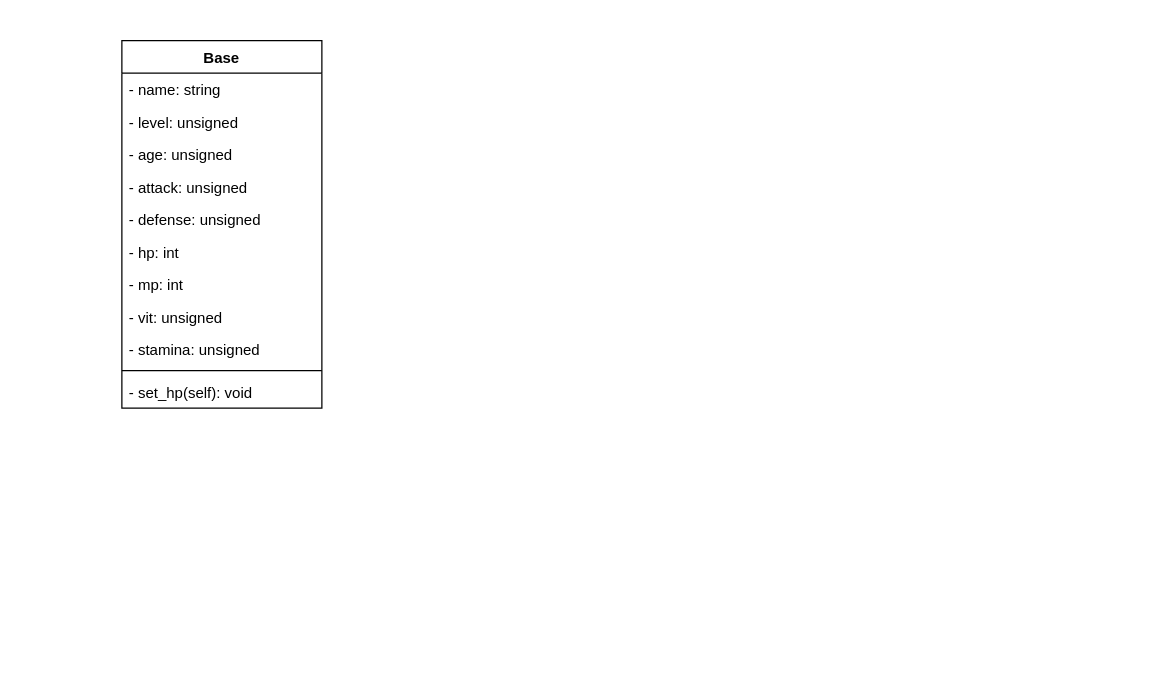
Above: init_design.drawio in djose1164/inmortal-will (draw.io), before the change. Source tidied: cells renumbered, new cells numbered last; positions are measured from the earlier drawing's top-left corner, leaving out a move shared by most shapes. Both pictures are drawn from the tidied source at 125%, with x=0, y=0 at pixel (121, 40).
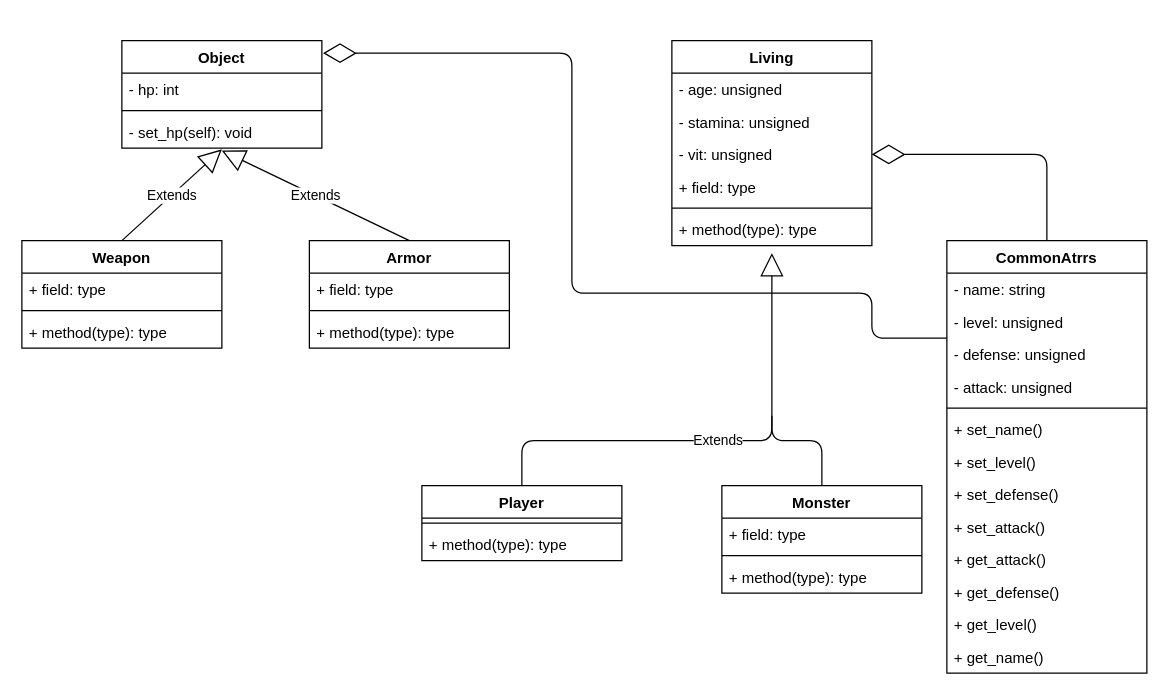
The same page after the edit.

Change to the diagram source:
```diff
@@
-    <mxCell id="2" value="Base" style="swimlane;fontStyle=1;align=center;verticalAlign=top;horizontal=1;startSize=26;" parent="1" vertex="1">
-      <mxGeometry width="160" height="294" as="geometry" />
+    <mxCell id="2" value="Object&#10;" style="swimlane;fontStyle=1;align=center;verticalAlign=top;horizontal=1;startSize=26;" parent="1" vertex="1">
+      <mxGeometry width="160" height="86" as="geometry" />
     </mxCell>
+    <mxCell id="8" value="- hp: int" style="text;strokeColor=none;fillColor=none;align=left;verticalAlign=top;spacingLeft=4;spacingRight=4;overflow=hidden;" parent="2" vertex="1">
+      <mxGeometry y="26" width="160" height="26" as="geometry" />
+    </mxCell>
+    <mxCell id="12" style="line;strokeWidth=1;fillColor=none;align=left;verticalAlign=middle;spacingTop=-1;spacingLeft=3;spacingRight=3;labelPosition=right;" parent="2" vertex="1">
+      <mxGeometry y="52" width="160" height="8" as="geometry" />
+    </mxCell>
+    <mxCell id="13" value="- set_hp(self): void" style="text;strokeColor=none;fillColor=none;align=left;verticalAlign=top;spacingLeft=4;spacingRight=4;overflow=hidden;points=[[0,0.5],[1,0.5]];portConstraint=eastwest;" parent="2" vertex="1">
+      <mxGeometry y="60" width="160" height="26" as="geometry" />
+    </mxCell>
+    <mxCell id="14" value="Player" style="swimlane;fontStyle=1;align=center;verticalAlign=top;horizontal=1;startSize=26;" parent="1" vertex="1">
+      <mxGeometry x="240" y="356" width="160" height="60" as="geometry" />
+    </mxCell>
+    <mxCell id="15" style="line;strokeWidth=1;fillColor=none;align=left;verticalAlign=middle;spacingTop=-1;spacingLeft=3;spacingRight=3;labelPosition=right;" parent="14" vertex="1">
+      <mxGeometry y="26" width="160" height="8" as="geometry" />
+    </mxCell>
+    <mxCell id="16" value="+ method(type): type" style="text;strokeColor=none;fillColor=none;align=left;verticalAlign=top;spacingLeft=4;spacingRight=4;overflow=hidden;" parent="14" vertex="1">
+      <mxGeometry y="34" width="160" height="26" as="geometry" />
+    </mxCell>
+    <mxCell id="17" value="Extends" style="endArrow=block;endSize=16;endFill=0;html=1;entryX=0.5;entryY=1.038;entryDx=0;entryDy=0;entryPerimeter=0;exitX=0.5;exitY=0;exitDx=0;exitDy=0;" parent="1" edge="1" source="40" target="13">
+      <mxGeometry relative="1" as="geometry" />
+    </mxCell>
+    <mxCell id="18" value="Extends" style="endArrow=block;endSize=16;endFill=0;html=1;exitX=0.5;exitY=0;exitDx=0;exitDy=0;edgeStyle=orthogonalEdgeStyle;entryX=0.5;entryY=1.231;entryDx=0;entryDy=0;entryPerimeter=0;" parent="1" edge="1" source="14" target="22">
+      <mxGeometry relative="1" as="geometry">
+        <Array as="points">
+          <mxPoint x="320" y="320" />
+          <mxPoint x="520" y="320" />
+        </Array>
+      </mxGeometry>
+    </mxCell>
+    <mxCell id="19" value="Living" style="swimlane;fontStyle=1;align=center;verticalAlign=top;horizontal=1;startSize=26;" parent="1" vertex="1">
+      <mxGeometry x="440" width="160" height="164" as="geometry" />
+    </mxCell>
+    <mxCell id="5" value="- age: unsigned" style="text;strokeColor=none;fillColor=none;align=left;verticalAlign=top;spacingLeft=4;spacingRight=4;overflow=hidden;" parent="19" vertex="1">
+      <mxGeometry y="26" width="160" height="26" as="geometry" />
+    </mxCell>
+    <mxCell id="11" value="- stamina: unsigned" style="text;strokeColor=none;fillColor=none;align=left;verticalAlign=top;spacingLeft=4;spacingRight=4;overflow=hidden;" parent="19" vertex="1">
+      <mxGeometry y="52" width="160" height="26" as="geometry" />
+    </mxCell>
+    <mxCell id="10" value="- vit: unsigned" style="text;strokeColor=none;fillColor=none;align=left;verticalAlign=top;spacingLeft=4;spacingRight=4;overflow=hidden;points=[[0,0.5],[1,0.5]];portConstraint=eastwest;" parent="19" vertex="1">
+      <mxGeometry y="78" width="160" height="26" as="geometry" />
+    </mxCell>
+    <mxCell id="20" value="+ field: type" style="text;strokeColor=none;fillColor=none;align=left;verticalAlign=top;spacingLeft=4;spacingRight=4;overflow=hidden;" parent="19" vertex="1">
+      <mxGeometry y="104" width="160" height="26" as="geometry" />
+    </mxCell>
+    <mxCell id="21" style="line;strokeWidth=1;fillColor=none;align=left;verticalAlign=middle;spacingTop=-1;spacingLeft=3;spacingRight=3;labelPosition=right;" parent="19" vertex="1">
+      <mxGeometry y="130" width="160" height="8" as="geometry" />
+    </mxCell>
+    <mxCell id="22" value="+ method(type): type" style="text;strokeColor=none;fillColor=none;align=left;verticalAlign=top;spacingLeft=4;spacingRight=4;overflow=hidden;points=[[0,0.5],[1,0.5]];portConstraint=eastwest;" parent="19" vertex="1">
+      <mxGeometry y="138" width="160" height="26" as="geometry" />
+    </mxCell>
+    <mxCell id="23" value="CommonAtrrs&#10;" style="swimlane;fontStyle=1;align=center;verticalAlign=top;horizontal=1;startSize=26;" parent="1" vertex="1">
+      <mxGeometry x="660" y="160" width="160" height="346" as="geometry" />
+    </mxCell>
-    <mxCell id="3" value="- name: string" style="text;strokeColor=none;fillColor=none;align=left;verticalAlign=top;spacingLeft=4;spacingRight=4;overflow=hidden;" parent="2" vertex="1">
+    <mxCell id="3" value="- name: string" style="text;strokeColor=none;fillColor=none;align=left;verticalAlign=top;spacingLeft=4;spacingRight=4;overflow=hidden;" parent="23" vertex="1">
       <mxGeometry y="26" width="160" height="26" as="geometry" />
     </mxCell>
-    <mxCell id="4" value="- level: unsigned" style="text;strokeColor=none;fillColor=none;align=left;verticalAlign=top;spacingLeft=4;spacingRight=4;overflow=hidden;points=[[0,0.5],[1,0.5]];portConstraint=eastwest;" parent="2" vertex="1">
+    <mxCell id="4" value="- level: unsigned" style="text;strokeColor=none;fillColor=none;align=left;verticalAlign=top;spacingLeft=4;spacingRight=4;overflow=hidden;points=[[0,0.5],[1,0.5]];portConstraint=eastwest;" parent="23" vertex="1">
       <mxGeometry y="52" width="160" height="26" as="geometry" />
     </mxCell>
-    <mxCell id="5" value="- age: unsigned" style="text;strokeColor=none;fillColor=none;align=left;verticalAlign=top;spacingLeft=4;spacingRight=4;overflow=hidden;" parent="2" vertex="1">
-      <mxGeometry y="78" width="160" height="26" as="geometry" />
-    </mxCell>
+    <mxCell id="7" value="- defense: unsigned" style="text;strokeColor=none;fillColor=none;align=left;verticalAlign=top;spacingLeft=4;spacingRight=4;overflow=hidden;" parent="23" vertex="1">
+      <mxGeometry y="78" width="160" height="26" as="geometry" />
+    </mxCell>
-    <mxCell id="6" value="- attack: unsigned" style="text;strokeColor=none;fillColor=none;align=left;verticalAlign=top;spacingLeft=4;spacingRight=4;overflow=hidden;" parent="2" vertex="1">
+    <mxCell id="6" value="- attack: unsigned" style="text;strokeColor=none;fillColor=none;align=left;verticalAlign=top;spacingLeft=4;spacingRight=4;overflow=hidden;" parent="23" vertex="1">
       <mxGeometry y="104" width="160" height="26" as="geometry" />
     </mxCell>
-    <mxCell id="7" value="- defense: unsigned" style="text;strokeColor=none;fillColor=none;align=left;verticalAlign=top;spacingLeft=4;spacingRight=4;overflow=hidden;" parent="2" vertex="1">
-      <mxGeometry y="130" width="160" height="26" as="geometry" />
-    </mxCell>
-    <mxCell id="8" value="- hp: int" style="text;strokeColor=none;fillColor=none;align=left;verticalAlign=top;spacingLeft=4;spacingRight=4;overflow=hidden;" parent="2" vertex="1">
-      <mxGeometry y="156" width="160" height="26" as="geometry" />
-    </mxCell>
-    <mxCell id="9" value="- mp: int" style="text;strokeColor=none;fillColor=none;align=left;verticalAlign=top;spacingLeft=4;spacingRight=4;overflow=hidden;" parent="2" vertex="1">
-      <mxGeometry y="182" width="160" height="26" as="geometry" />
-    </mxCell>
-    <mxCell id="10" value="- vit: unsigned" style="text;strokeColor=none;fillColor=none;align=left;verticalAlign=top;spacingLeft=4;spacingRight=4;overflow=hidden;points=[[0,0.5],[1,0.5]];portConstraint=eastwest;" parent="2" vertex="1">
-      <mxGeometry y="208" width="160" height="26" as="geometry" />
-    </mxCell>
-    <mxCell id="11" value="- stamina: unsigned" style="text;strokeColor=none;fillColor=none;align=left;verticalAlign=top;spacingLeft=4;spacingRight=4;overflow=hidden;" parent="2" vertex="1">
-      <mxGeometry y="234" width="160" height="26" as="geometry" />
-    </mxCell>
-    <mxCell id="12" style="line;strokeWidth=1;fillColor=none;align=left;verticalAlign=middle;spacingTop=-1;spacingLeft=3;spacingRight=3;labelPosition=right;" parent="2" vertex="1">
-      <mxGeometry y="260" width="160" height="8" as="geometry" />
-    </mxCell>
-    <mxCell id="13" value="- set_hp(self): void" style="text;strokeColor=none;fillColor=none;align=left;verticalAlign=top;spacingLeft=4;spacingRight=4;overflow=hidden;points=[[0,0.5],[1,0.5]];portConstraint=eastwest;" parent="2" vertex="1">
-      <mxGeometry y="268" width="160" height="26" as="geometry" />
-    </mxCell>
+    <mxCell id="24" style="line;strokeWidth=1;fillColor=none;align=left;verticalAlign=middle;spacingTop=-1;spacingLeft=3;spacingRight=3;labelPosition=right;" parent="23" vertex="1">
+      <mxGeometry y="130" width="160" height="8" as="geometry" />
+    </mxCell>
+    <mxCell id="25" value="+ set_name()" style="text;strokeColor=none;fillColor=none;align=left;verticalAlign=top;spacingLeft=4;spacingRight=4;overflow=hidden;" parent="23" vertex="1">
+      <mxGeometry y="138" width="160" height="26" as="geometry" />
+    </mxCell>
+    <mxCell id="26" value="+ set_level()" style="text;strokeColor=none;fillColor=none;align=left;verticalAlign=top;spacingLeft=4;spacingRight=4;overflow=hidden;" parent="23" vertex="1">
+      <mxGeometry y="164" width="160" height="26" as="geometry" />
+    </mxCell>
+    <mxCell id="27" value="+ set_defense()" style="text;strokeColor=none;fillColor=none;align=left;verticalAlign=top;spacingLeft=4;spacingRight=4;overflow=hidden;" parent="23" vertex="1">
+      <mxGeometry y="190" width="160" height="26" as="geometry" />
+    </mxCell>
+    <mxCell id="28" value="+ set_attack()" style="text;strokeColor=none;fillColor=none;align=left;verticalAlign=top;spacingLeft=4;spacingRight=4;overflow=hidden;" parent="23" vertex="1">
+      <mxGeometry y="216" width="160" height="26" as="geometry" />
+    </mxCell>
+    <mxCell id="29" value="+ get_attack()" style="text;strokeColor=none;fillColor=none;align=left;verticalAlign=top;spacingLeft=4;spacingRight=4;overflow=hidden;" parent="23" vertex="1">
+      <mxGeometry y="242" width="160" height="26" as="geometry" />
+    </mxCell>
+    <mxCell id="30" value="+ get_defense()" style="text;strokeColor=none;fillColor=none;align=left;verticalAlign=top;spacingLeft=4;spacingRight=4;overflow=hidden;" parent="23" vertex="1">
+      <mxGeometry y="268" width="160" height="26" as="geometry" />
+    </mxCell>
+    <mxCell id="31" value="+ get_level()" style="text;strokeColor=none;fillColor=none;align=left;verticalAlign=top;spacingLeft=4;spacingRight=4;overflow=hidden;" parent="23" vertex="1">
+      <mxGeometry y="294" width="160" height="26" as="geometry" />
+    </mxCell>
+    <mxCell id="32" value="+ get_name()" style="text;strokeColor=none;fillColor=none;align=left;verticalAlign=top;spacingLeft=4;spacingRight=4;overflow=hidden;" parent="23" vertex="1">
+      <mxGeometry y="320" width="160" height="26" as="geometry" />
+    </mxCell>
+    <mxCell id="33" style="endArrow=diamondThin;endFill=0;endSize=24;html=1;exitX=0.5;exitY=0;exitDx=0;exitDy=0;entryX=1;entryY=0.5;entryDx=0;entryDy=0;edgeStyle=orthogonalEdgeStyle;" parent="1" edge="1" source="23" target="10">
+      <mxGeometry relative="1" as="geometry">
+        <Array as="points">
+          <mxPoint x="740" y="91" />
+        </Array>
+      </mxGeometry>
+    </mxCell>
+    <mxCell id="34" style="endArrow=diamondThin;endFill=0;endSize=24;html=1;edgeStyle=orthogonalEdgeStyle;exitX=0;exitY=1;exitDx=0;exitDy=0;exitPerimeter=0;" parent="1" edge="1" source="4">
+      <mxGeometry relative="1" as="geometry">
+        <mxPoint x="161" y="10" as="targetPoint" />
+        <Array as="points">
+          <mxPoint x="600" y="202" />
+          <mxPoint x="360" y="202" />
+          <mxPoint x="360" y="10" />
+        </Array>
+      </mxGeometry>
+    </mxCell>
+    <mxCell id="35" value="Monster" style="swimlane;fontStyle=1;align=center;verticalAlign=top;horizontal=1;startSize=26;" parent="1" vertex="1">
+      <mxGeometry x="480" y="356" width="160" height="86" as="geometry" />
+    </mxCell>
+    <mxCell id="36" value="+ field: type" style="text;strokeColor=none;fillColor=none;align=left;verticalAlign=top;spacingLeft=4;spacingRight=4;overflow=hidden;" parent="35" vertex="1">
+      <mxGeometry y="26" width="160" height="26" as="geometry" />
+    </mxCell>
+    <mxCell id="37" style="line;strokeWidth=1;fillColor=none;align=left;verticalAlign=middle;spacingTop=-1;spacingLeft=3;spacingRight=3;labelPosition=right;" parent="35" vertex="1">
+      <mxGeometry y="52" width="160" height="8" as="geometry" />
+    </mxCell>
+    <mxCell id="38" value="+ method(type): type" style="text;strokeColor=none;fillColor=none;align=left;verticalAlign=top;spacingLeft=4;spacingRight=4;overflow=hidden;" parent="35" vertex="1">
+      <mxGeometry y="60" width="160" height="26" as="geometry" />
+    </mxCell>
+    <mxCell id="39" style="endArrow=none;html=1;exitX=0.5;exitY=0;exitDx=0;exitDy=0;edgeStyle=orthogonalEdgeStyle;" parent="1" edge="1" source="35">
+      <mxGeometry relative="1" as="geometry">
+        <mxPoint x="520" y="300" as="targetPoint" />
+        <Array as="points">
+          <mxPoint x="560" y="320" />
+          <mxPoint x="520" y="320" />
+        </Array>
+      </mxGeometry>
+    </mxCell>
+    <mxCell id="40" value="Weapon&#10;" style="swimlane;fontStyle=1;align=center;verticalAlign=top;horizontal=1;startSize=26;" parent="1" vertex="1">
+      <mxGeometry x="-80" y="160" width="160" height="86" as="geometry" />
+    </mxCell>
+    <mxCell id="41" value="+ field: type" style="text;strokeColor=none;fillColor=none;align=left;verticalAlign=top;spacingLeft=4;spacingRight=4;overflow=hidden;" parent="40" vertex="1">
+      <mxGeometry y="26" width="160" height="26" as="geometry" />
+    </mxCell>
+    <mxCell id="42" style="line;strokeWidth=1;fillColor=none;align=left;verticalAlign=middle;spacingTop=-1;spacingLeft=3;spacingRight=3;labelPosition=right;" parent="40" vertex="1">
+      <mxGeometry y="52" width="160" height="8" as="geometry" />
+    </mxCell>
+    <mxCell id="43" value="+ method(type): type" style="text;strokeColor=none;fillColor=none;align=left;verticalAlign=top;spacingLeft=4;spacingRight=4;overflow=hidden;" parent="40" vertex="1">
+      <mxGeometry y="60" width="160" height="26" as="geometry" />
+    </mxCell>
+    <mxCell id="44" value="Armor" style="swimlane;fontStyle=1;align=center;verticalAlign=top;horizontal=1;startSize=26;" parent="1" vertex="1">
+      <mxGeometry x="150" y="160" width="160" height="86" as="geometry" />
+    </mxCell>
+    <mxCell id="45" value="+ field: type" style="text;strokeColor=none;fillColor=none;align=left;verticalAlign=top;spacingLeft=4;spacingRight=4;overflow=hidden;" parent="44" vertex="1">
+      <mxGeometry y="26" width="160" height="26" as="geometry" />
+    </mxCell>
+    <mxCell id="46" style="line;strokeWidth=1;fillColor=none;align=left;verticalAlign=middle;spacingTop=-1;spacingLeft=3;spacingRight=3;labelPosition=right;" parent="44" vertex="1">
+      <mxGeometry y="52" width="160" height="8" as="geometry" />
+    </mxCell>
+    <mxCell id="47" value="+ method(type): type" style="text;strokeColor=none;fillColor=none;align=left;verticalAlign=top;spacingLeft=4;spacingRight=4;overflow=hidden;" parent="44" vertex="1">
+      <mxGeometry y="60" width="160" height="26" as="geometry" />
+    </mxCell>
+    <mxCell id="48" value="Extends" style="endArrow=block;endSize=16;endFill=0;html=1;exitX=0.5;exitY=0;exitDx=0;exitDy=0;entryX=0.5;entryY=1.077;entryDx=0;entryDy=0;entryPerimeter=0;" parent="1" edge="1" source="44" target="13">
+      <mxGeometry relative="1" as="geometry" />
+    </mxCell>
```
